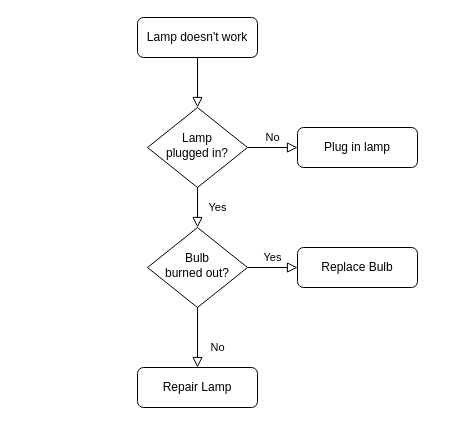
This is diagrams/springframework1.drawio from arxobject/spring_analysis, a draw.io file, before an edit. Source tidied: cells renumbered, new cells numbered last; positions are measured from the earlier drawing's top-left corner, leaving out a move shared by most shapes. Both pictures are drawn from the tidied source at 100%, with x=0, y=0 at pixel (137, 17).
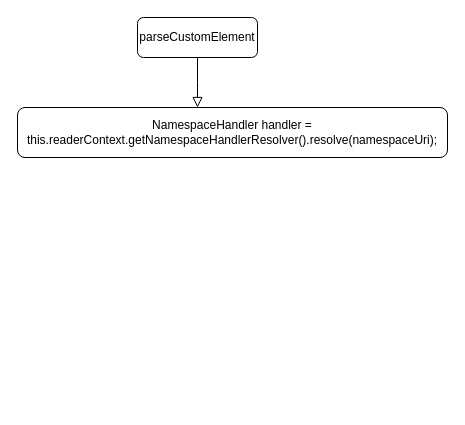
The same diagram, later.

Diff of the diagram source:
```diff
@@
 <mxGraphModel>
   <root>
     <mxCell id="0" />
     <mxCell id="1" parent="0" />
-    <mxCell id="2" style="rounded=0;html=1;jettySize=auto;fontSize=11;endArrow=block;endFill=0;endSize=8;strokeWidth=1;shadow=0;labelBackgroundColor=none;edgeStyle=orthogonalEdgeStyle;" parent="1" edge="1" source="3" target="6">
-      <mxGeometry relative="1" as="geometry" />
+    <mxCell id="2" style="rounded=0;html=1;jettySize=auto;fontSize=11;endArrow=block;endFill=0;endSize=8;strokeWidth=1;shadow=0;labelBackgroundColor=none;edgeStyle=orthogonalEdgeStyle;" parent="1" edge="1" source="3">
+      <mxGeometry relative="1" as="geometry">
+        <mxPoint x="60" y="90" as="targetPoint" />
+      </mxGeometry>
     </mxCell>
-    <mxCell id="3" value="Lamp doesn't work" style="rounded=1;whiteSpace=wrap;html=1;fontSize=12;glass=0;strokeWidth=1;shadow=0;" parent="1" vertex="1">
+    <mxCell id="3" value="parseCustomElement" style="rounded=1;whiteSpace=wrap;html=1;fontSize=12;glass=0;strokeWidth=1;shadow=0;" parent="1" vertex="1">
       <mxGeometry width="120" height="40" as="geometry" />
     </mxCell>
-    <mxCell id="4" value="Yes" style="rounded=0;html=1;jettySize=auto;fontSize=11;endArrow=block;endFill=0;endSize=8;strokeWidth=1;shadow=0;labelBackgroundColor=none;edgeStyle=orthogonalEdgeStyle;" parent="1" edge="1" source="6" target="10">
-      <mxGeometry y="20" relative="1" as="geometry" />
-    </mxCell>
-    <mxCell id="5" value="No" style="edgeStyle=orthogonalEdgeStyle;rounded=0;html=1;jettySize=auto;fontSize=11;endArrow=block;endFill=0;endSize=8;strokeWidth=1;shadow=0;labelBackgroundColor=none;" parent="1" edge="1" source="6" target="7">
-      <mxGeometry y="10" relative="1" as="geometry" />
-    </mxCell>
-    <mxCell id="6" value="Lamp&lt;br&gt;plugged in?" style="rhombus;whiteSpace=wrap;html=1;shadow=0;fontFamily=Helvetica;fontSize=12;align=center;strokeWidth=1;spacing=6;spacingTop=-4;" parent="1" vertex="1">
-      <mxGeometry x="10" y="90" width="100" height="80" as="geometry" />
-    </mxCell>
-    <mxCell id="7" value="Plug in lamp" style="rounded=1;whiteSpace=wrap;html=1;fontSize=12;glass=0;strokeWidth=1;shadow=0;" parent="1" vertex="1">
-      <mxGeometry x="160" y="110" width="120" height="40" as="geometry" />
-    </mxCell>
-    <mxCell id="8" value="No" style="rounded=0;html=1;jettySize=auto;fontSize=11;endArrow=block;endFill=0;endSize=8;strokeWidth=1;shadow=0;labelBackgroundColor=none;edgeStyle=orthogonalEdgeStyle;" parent="1" edge="1" source="10" target="11">
-      <mxGeometry x="0.33" y="20" relative="1" as="geometry" />
-    </mxCell>
-    <mxCell id="9" value="Yes" style="edgeStyle=orthogonalEdgeStyle;rounded=0;html=1;jettySize=auto;fontSize=11;endArrow=block;endFill=0;endSize=8;strokeWidth=1;shadow=0;labelBackgroundColor=none;" parent="1" edge="1" source="10" target="12">
-      <mxGeometry y="10" relative="1" as="geometry" />
-    </mxCell>
-    <mxCell id="10" value="Bulb&lt;br&gt;burned out?" style="rhombus;whiteSpace=wrap;html=1;shadow=0;fontFamily=Helvetica;fontSize=12;align=center;strokeWidth=1;spacing=6;spacingTop=-4;" parent="1" vertex="1">
-      <mxGeometry x="10" y="210" width="100" height="80" as="geometry" />
-    </mxCell>
-    <mxCell id="11" value="Repair Lamp" style="rounded=1;whiteSpace=wrap;html=1;fontSize=12;glass=0;strokeWidth=1;shadow=0;" parent="1" vertex="1">
-      <mxGeometry y="350" width="120" height="40" as="geometry" />
+    <mxCell id="11" value="NamespaceHandler handler = this.readerContext.getNamespaceHandlerResolver().resolve(namespaceUri);" style="rounded=1;whiteSpace=wrap;html=1;fontSize=12;glass=0;strokeWidth=1;shadow=0;" parent="1" vertex="1">
+      <mxGeometry x="-120" y="90" width="430" height="50" as="geometry" />
     </mxCell>
-    <mxCell id="12" value="Replace Bulb" style="rounded=1;whiteSpace=wrap;html=1;fontSize=12;glass=0;strokeWidth=1;shadow=0;" parent="1" vertex="1">
-      <mxGeometry x="160" y="230" width="120" height="40" as="geometry" />
-    </mxCell>
   </root>
 </mxGraphModel>
```
